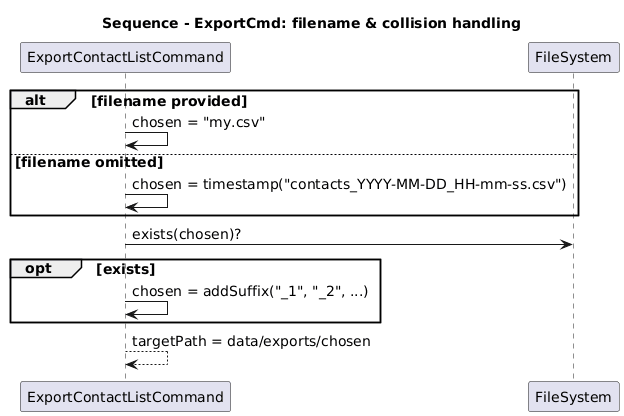
This is docs/images/export-seq-filename.png from AY2526S1-CS2103T-W12-3a/tp, a PlantUML export, as it was before one commit. Its diagram source:
```plantuml
@startuml
skinparam defaultFontSize 14
title Sequence - ExportCmd: filename & collision handling

participant ExportContactListCommand as Cmd
participant "FileSystem" as FS

alt filename provided
  Cmd -> Cmd: chosen = "my.csv"
else filename omitted
  Cmd -> Cmd: chosen = timestamp("contacts_YYYY-MM-DD_HH-mm-ss.csv")
end

Cmd -> FS: exists(chosen)?
opt exists
  Cmd -> Cmd: chosen = addSuffix("_1", "_2", ...)
end

Cmd --> Cmd: targetPath = data/exports/chosen
@enduml
```
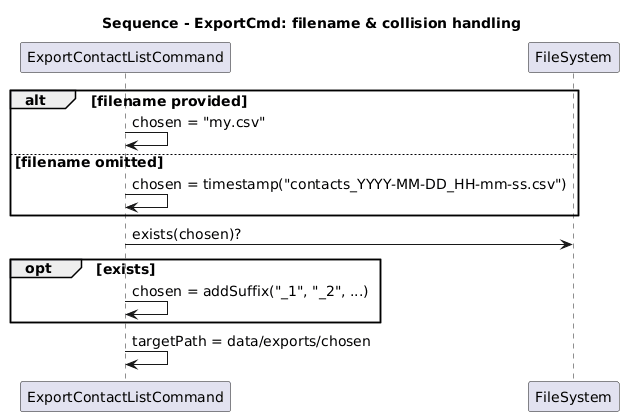
The same diagram one commit later.

Commit message:
docs(dg): fix export sequence diagram; update PUML and image

- Correct minor label/flow error in the export sequence PUML file.
- Regenerate the PNG from the updated PUML to reflect the fix.
- Docs-only; no code or runtime behavior changes.

The edit, as a diff of the source:
```diff
@@ -16,5 +16,5 @@
   Cmd -> Cmd: chosen = addSuffix("_1", "_2", ...)
 end
 
-Cmd --> Cmd: targetPath = data/exports/chosen
+Cmd -> Cmd: targetPath = data/exports/chosen
 @enduml
```
